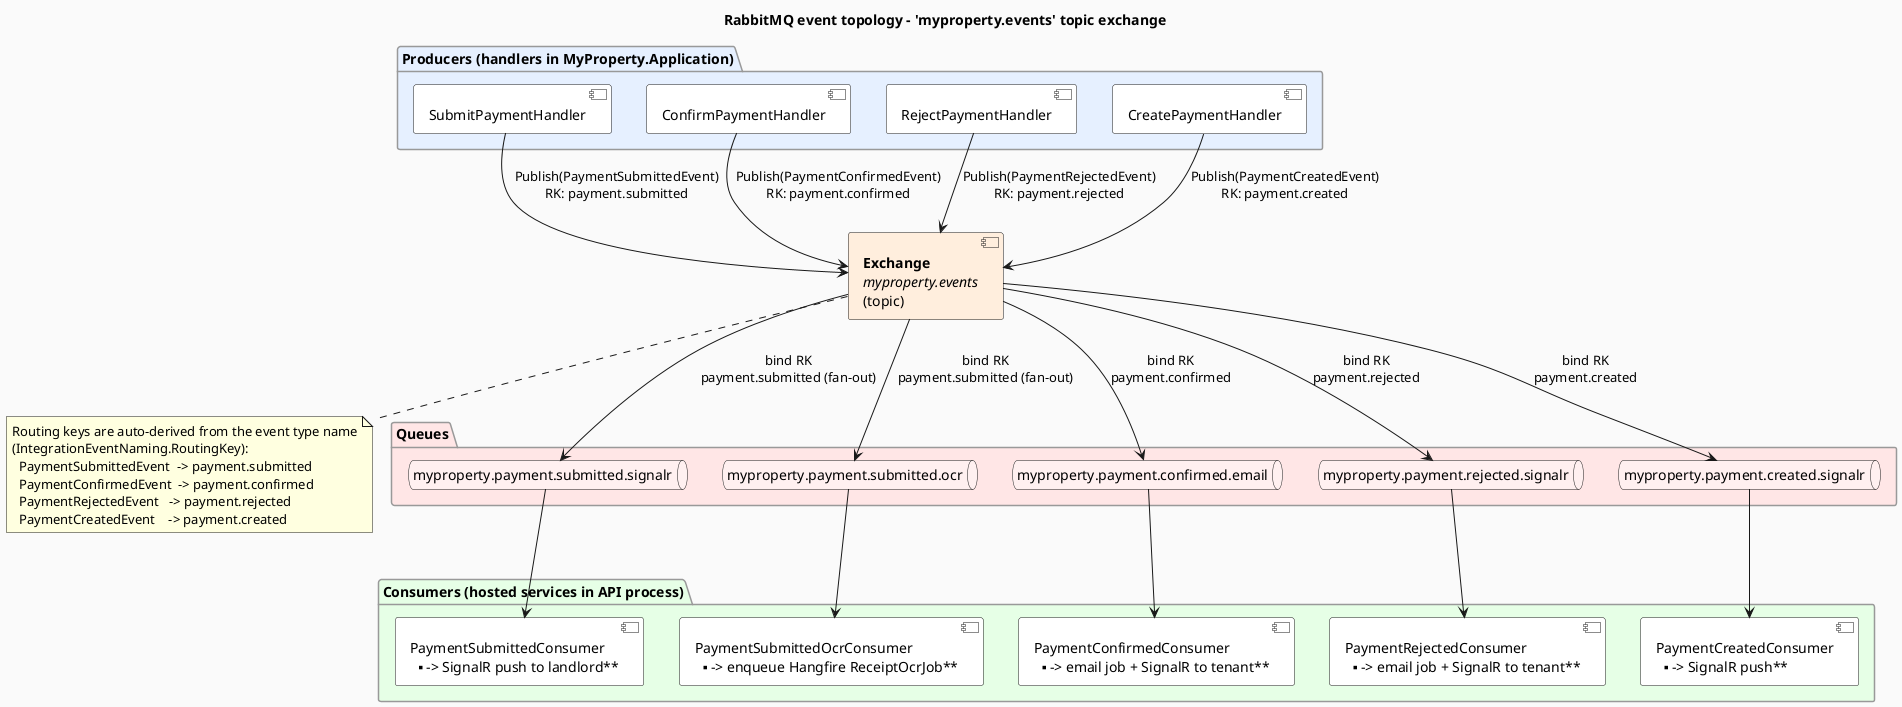
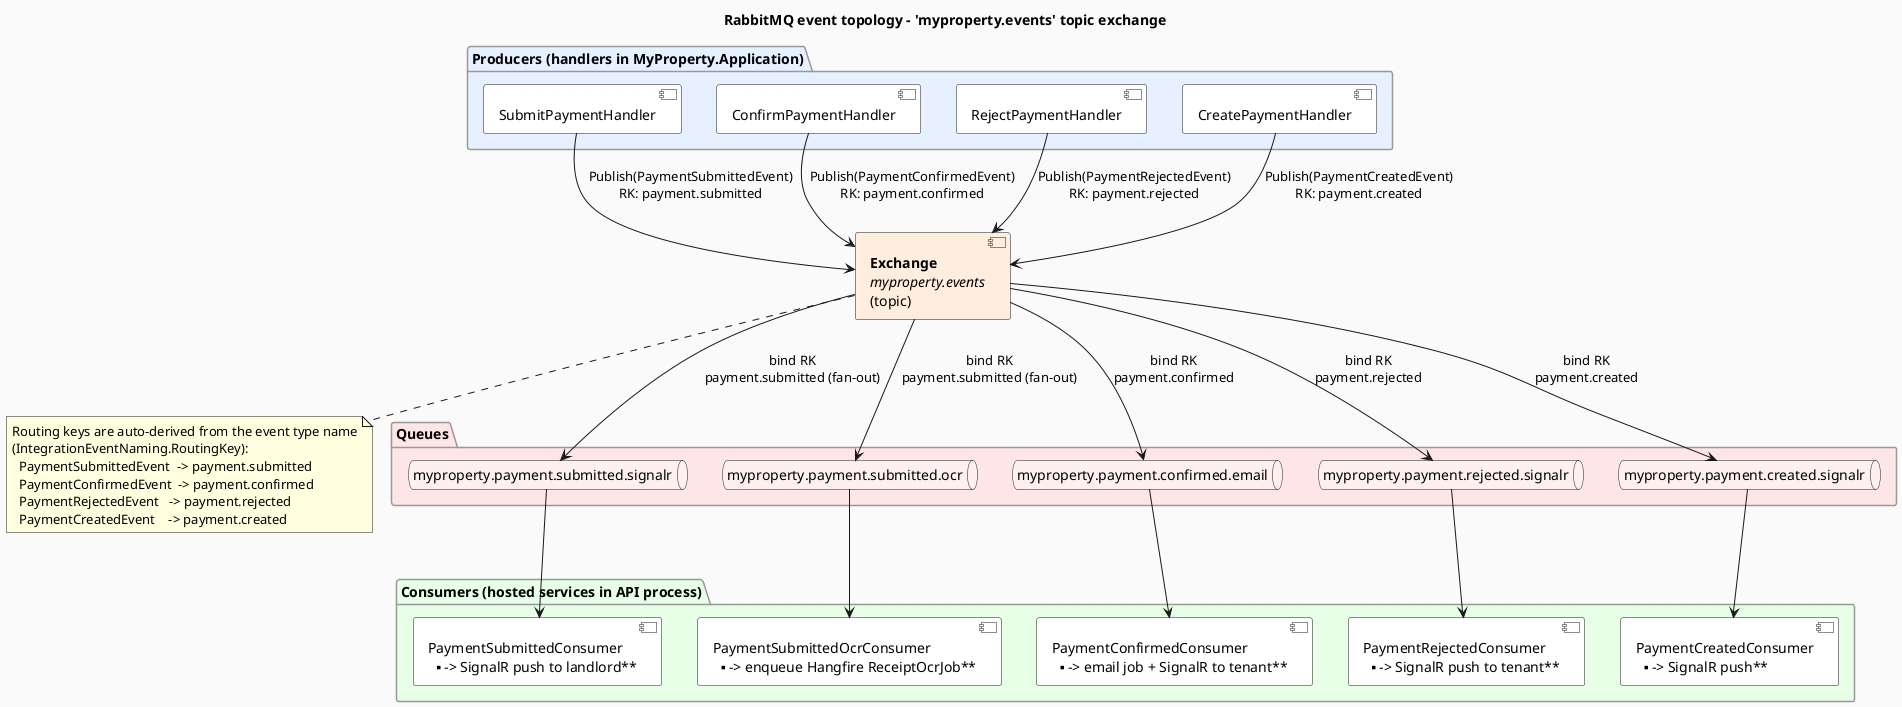
@startuml
title RabbitMQ event topology - 'myproperty.events' topic exchange

skinparam BackgroundColor #FAFAFA
skinparam componentBackgroundColor #FFFFFF
skinparam queueBackgroundColor #FFF0F0
skinparam packageBorderColor #999

package "Producers (handlers in MyProperty.Application)" #E6F0FF {
  component "SubmitPaymentHandler"  as h_submit
  component "ConfirmPaymentHandler" as h_confirm
  component "RejectPaymentHandler"  as h_reject
  component "CreatePaymentHandler"  as h_create
}

component "<b>Exchange</b>\n<i>myproperty.events</i>\n(topic)" as exchange #FFEEDD

package "Queues" #FFE6E6 {
  queue "myproperty.payment.submitted.signalr" as q_submit_signalr
  queue "myproperty.payment.submitted.ocr"     as q_submit_ocr
  queue "myproperty.payment.confirmed.email"   as q_confirmed
  queue "myproperty.payment.rejected.signalr"  as q_rejected
  queue "myproperty.payment.created.signalr"   as q_created
}

package "Consumers (hosted services in API process)" #E6FFE6 {
  component "PaymentSubmittedConsumer\n** -> SignalR push to landlord**" as c_submit_sig
  component "PaymentSubmittedOcrConsumer\n** -> enqueue Hangfire ReceiptOcrJob**" as c_submit_ocr
  component "PaymentConfirmedConsumer\n** -> email job + SignalR to tenant**" as c_confirmed
-   component "PaymentRejectedConsumer\n** -> email job + SignalR to tenant**" as c_rejected
+   component "PaymentRejectedConsumer\n** -> SignalR push to tenant**" as c_rejected
  component "PaymentCreatedConsumer\n** -> SignalR push**" as c_created
}

' ===== Producer -> Exchange (Publish) =====
h_submit  --> exchange : Publish(PaymentSubmittedEvent)\nRK: payment.submitted
h_confirm --> exchange : Publish(PaymentConfirmedEvent)\nRK: payment.confirmed
h_reject  --> exchange : Publish(PaymentRejectedEvent)\nRK: payment.rejected
h_create  --> exchange : Publish(PaymentCreatedEvent)\nRK: payment.created

' ===== Exchange -> Queue (Bind) — note the fan-out on payment.submitted =====
exchange --> q_submit_signalr : bind RK\npayment.submitted (fan-out)
exchange --> q_submit_ocr     : bind RK\npayment.submitted (fan-out)
exchange --> q_confirmed      : bind RK\npayment.confirmed
exchange --> q_rejected       : bind RK\npayment.rejected
exchange --> q_created        : bind RK\npayment.created

' ===== Queue -> Consumer (Consume) =====
q_submit_signalr --> c_submit_sig
q_submit_ocr     --> c_submit_ocr
q_confirmed      --> c_confirmed
q_rejected       --> c_rejected
q_created        --> c_created

note bottom of exchange #LightYellow
  Routing keys are auto-derived from the event type name
  (IntegrationEventNaming.RoutingKey):
    PaymentSubmittedEvent  -> payment.submitted
    PaymentConfirmedEvent  -> payment.confirmed
    PaymentRejectedEvent   -> payment.rejected
    PaymentCreatedEvent    -> payment.created
end note

@enduml
